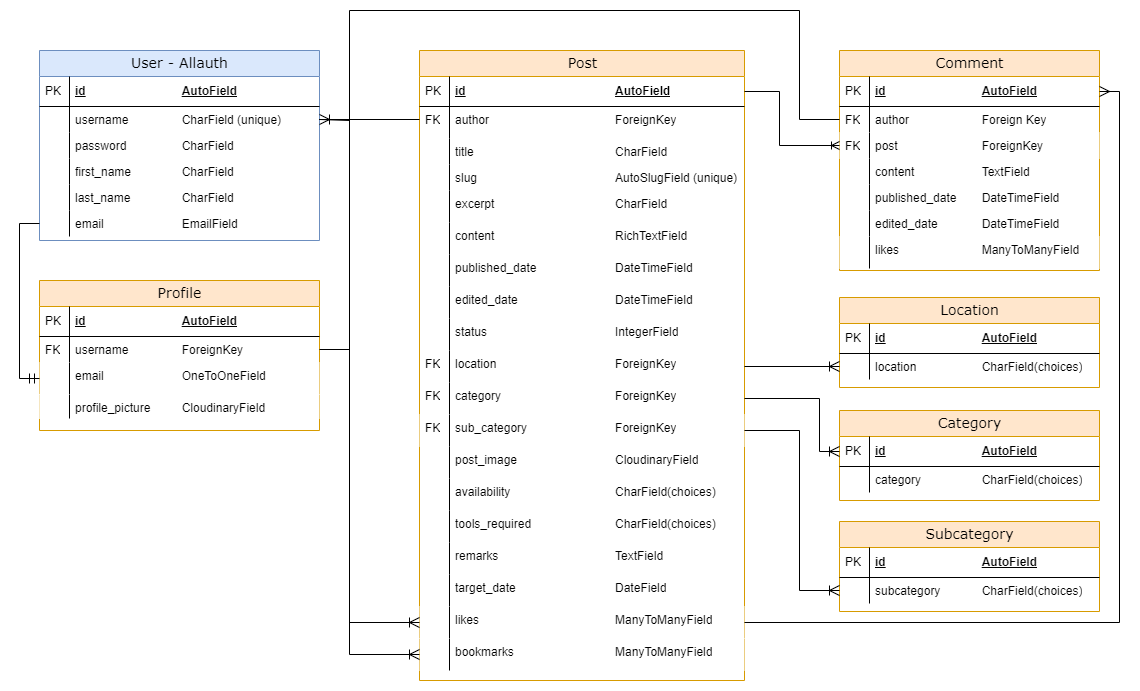
The draw.io diagram documentation/erd.png in g-omarsdottir/helping-hands-happy-hearts, before a commit. Source tidied: cells renumbered, new cells last; positions are measured from the earlier drawing's top-left corner, leaving out a move shared by most shapes.
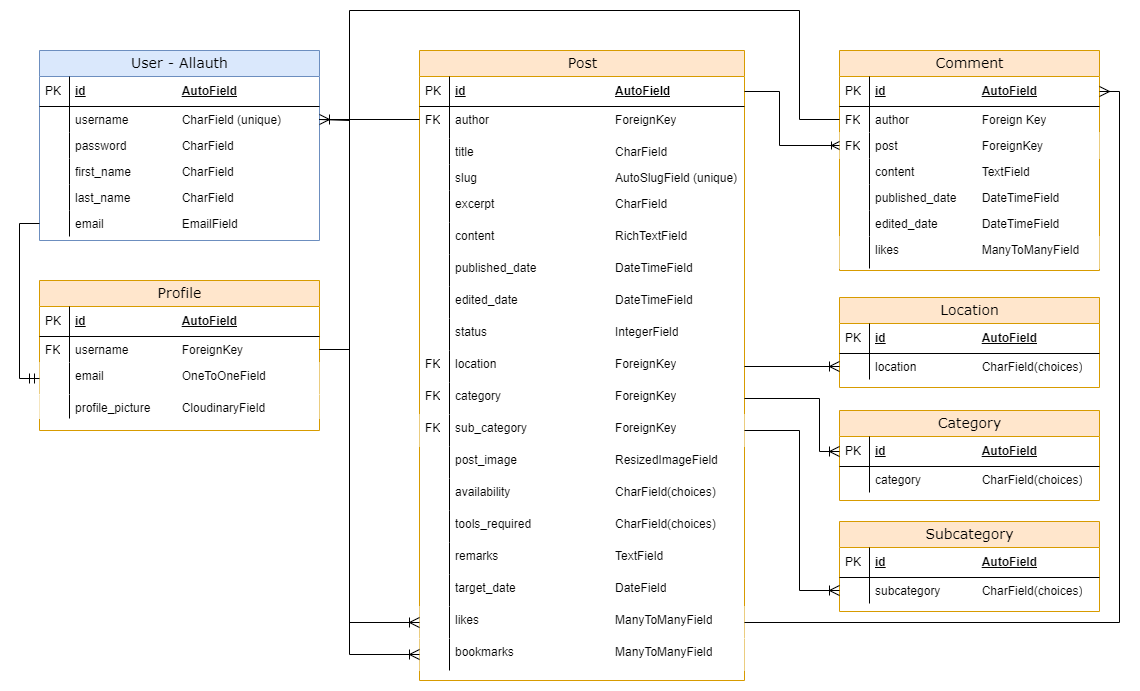
The same diagram one commit later.

Commit message:
Update ERD for post model field ResizedImageField

Diff of the diagram source:
```diff
@@ -77,7 +77,7 @@
     <mxCell id="26" value="FK" style="shape=partialRectangle;top=0;left=0;bottom=0;html=1;fillColor=none;align=left;verticalAlign=top;spacingLeft=4;spacingRight=4;whiteSpace=wrap;overflow=hidden;" parent="25" vertex="1">
       <mxGeometry width="30" height="32" as="geometry" />
     </mxCell>
-    <mxCell id="27" value="post_image&lt;span style=&quot;white-space: pre;&quot;&gt;&#9;&lt;/span&gt;&lt;span style=&quot;white-space: pre;&quot;&gt;&#9;&lt;/span&gt;&lt;span style=&quot;white-space: pre;&quot;&gt;&#9;&lt;/span&gt;&lt;span style=&quot;white-space: pre;&quot;&gt;&#9;&lt;/span&gt;CloudinaryField" style="shape=partialRectangle;top=0;left=0;right=0;bottom=0;html=1;align=left;verticalAlign=top;fillColor=none;spacingLeft=34;spacingRight=4;whiteSpace=wrap;overflow=hidden;" parent="2" vertex="1">
+    <mxCell id="27" value="post_image&lt;span style=&quot;white-space: pre;&quot;&gt;&#9;&lt;/span&gt;&lt;span style=&quot;white-space: pre;&quot;&gt;&#9;&lt;/span&gt;&lt;span style=&quot;white-space: pre;&quot;&gt;&#9;&lt;/span&gt;&lt;span style=&quot;white-space: pre;&quot;&gt;&#9;&lt;/span&gt;ResizedImageField" style="shape=partialRectangle;top=0;left=0;right=0;bottom=0;html=1;align=left;verticalAlign=top;fillColor=none;spacingLeft=34;spacingRight=4;whiteSpace=wrap;overflow=hidden;" parent="2" vertex="1">
       <mxGeometry y="396" width="325" height="32" as="geometry" />
     </mxCell>
     <mxCell id="28" style="shape=partialRectangle;top=0;left=0;bottom=0;html=1;fillColor=none;align=left;verticalAlign=top;spacingLeft=4;spacingRight=4;whiteSpace=wrap;overflow=hidden;" parent="27" vertex="1">
```
